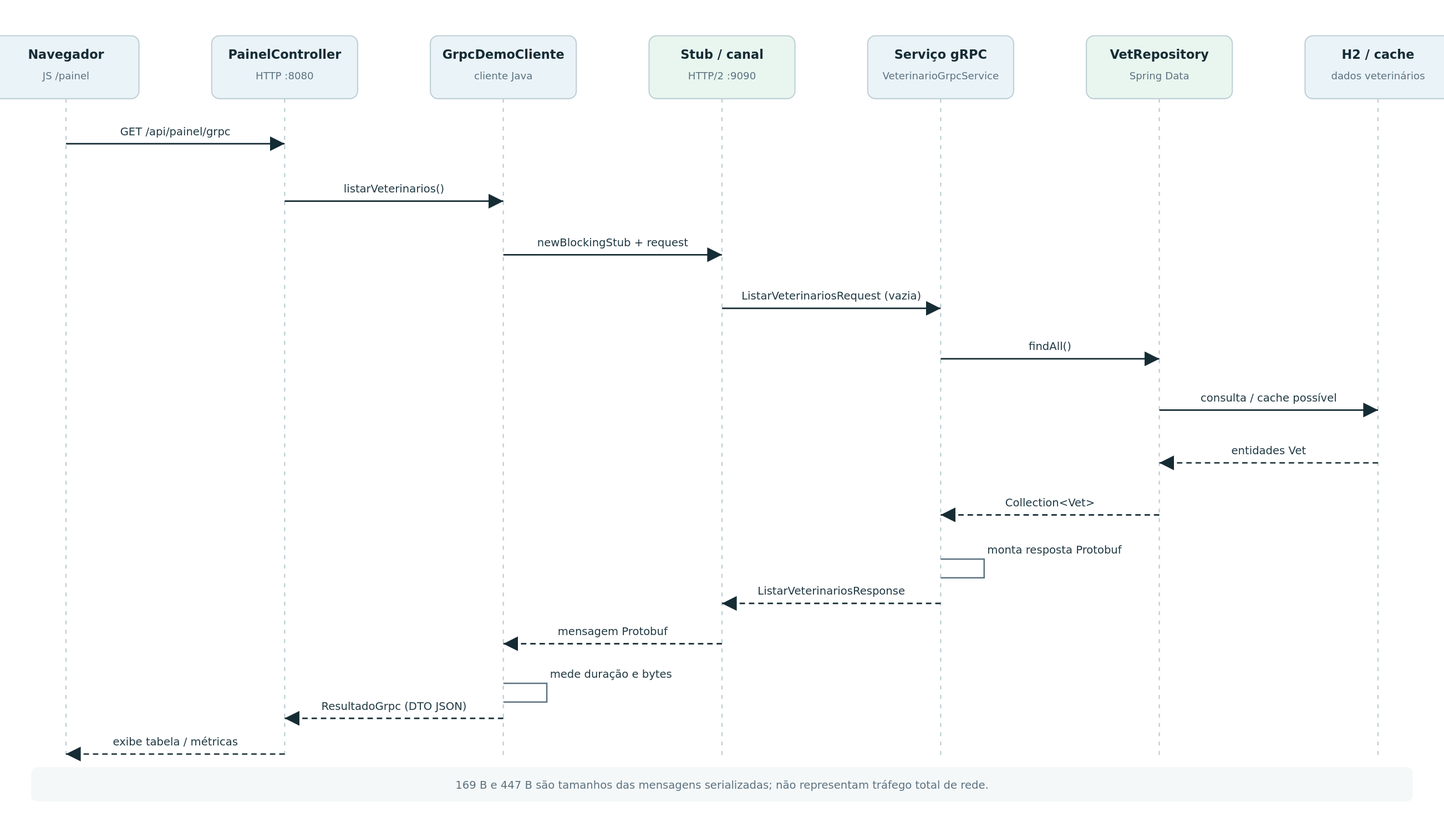
Before: docs/uml/svg/08_sequencia_grpc.svg, a diagram exported from PlantUML (GabrielKayran/spring-petclinic). Its source is kept beside it as docs/uml/puml/08_sequencia_grpc.puml. Its diagram source:
```plantuml
@startuml
skinparam backgroundColor white
skinparam shadowing false
actor "Usuário" as U
participant "Navegador /painel" as UI
participant "PainelController :8080" as Panel
participant "GrpcDemoCliente" as GClient
participant "Stub / Canal gRPC :9090" as Channel
participant "VeterinarioGrpcService" as GServer
participant "VetRepository" as Repo
database "H2 / cache" as H2
U -> UI : clica em ListarVeterinarios
UI -> Panel : GET /api/painel/grpc (HTTP)
Panel -> GClient : listarVeterinarios()
GClient -> Channel : newBlockingStub(...).listarVeterinarios()
Channel -> GServer : ListarVeterinariosRequest (HTTP/2, Protobuf)
GServer -> Repo : findAll()
Repo -> H2 : consulta (ou cache)
H2 --> Repo : veterinários
Repo --> GServer : Collection<Vet>
GServer -> GServer : converter Vet → Veterinario Protobuf
GServer --> Channel : ListarVeterinariosResponse
Channel --> GClient : mensagem Protobuf
GClient -> GClient : medir duração, bytes Protobuf/JSON
GClient --> Panel : ResultadoGrpc
Panel --> UI : JSON de apresentação
UI --> U : tabela e métricas
note bottom of GClient
  Comparação de payload em bytes.
  O navegador não invoca gRPC diretamente.
end note
@enduml
```
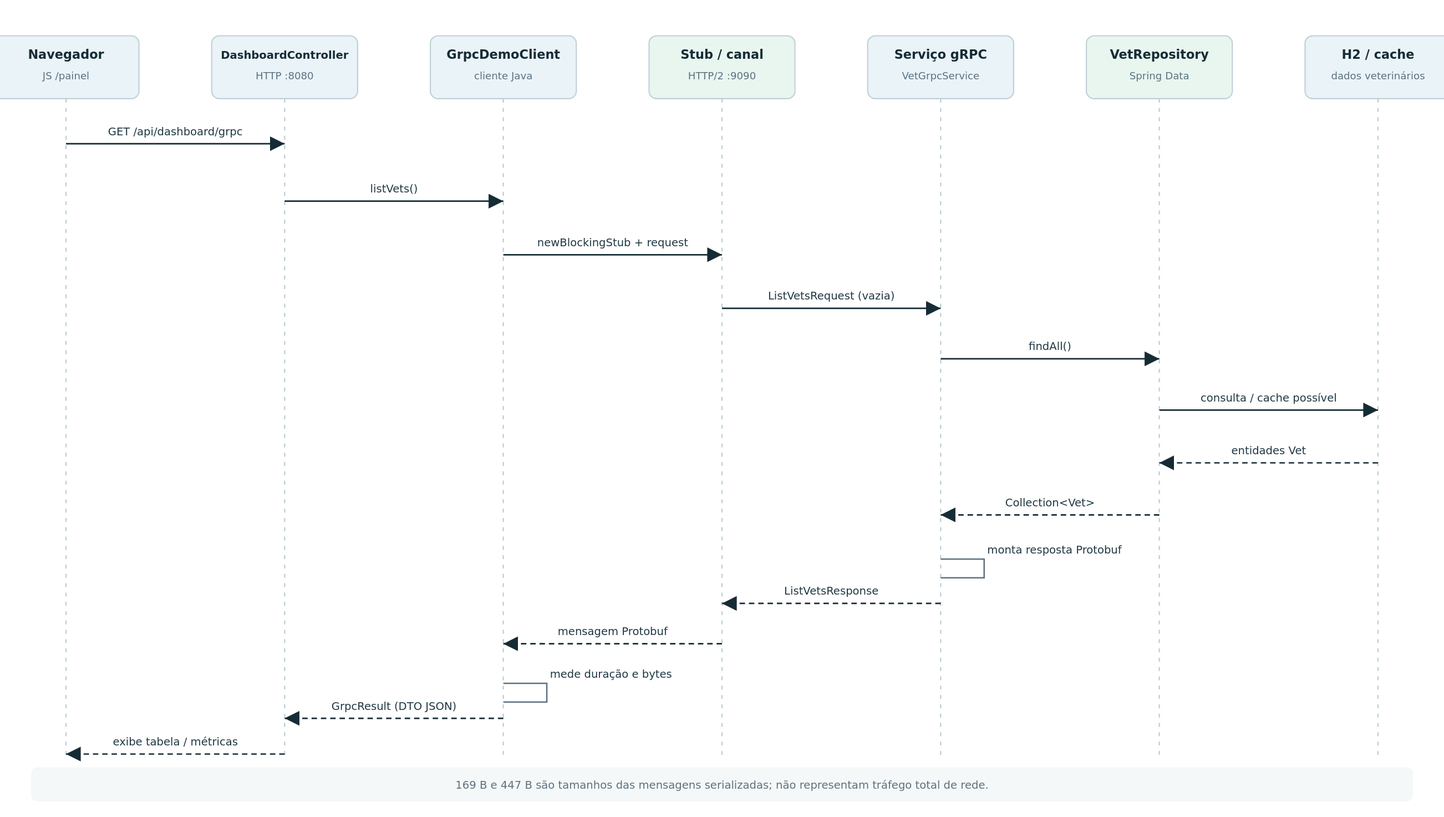
Later version of the same file.

What changed in the source:
```diff
@@ -3,26 +3,26 @@
 skinparam shadowing false
 actor "Usuário" as U
 participant "Navegador /painel" as UI
-participant "PainelController :8080" as Panel
-participant "GrpcDemoCliente" as GClient
+participant "DashboardController :8080" as Panel
+participant "GrpcDemoClient" as GClient
 participant "Stub / Canal gRPC :9090" as Channel
-participant "VeterinarioGrpcService" as GServer
+participant "VetGrpcService" as GServer
 participant "VetRepository" as Repo
 database "H2 / cache" as H2
-U -> UI : clica em ListarVeterinarios
-UI -> Panel : GET /api/painel/grpc (HTTP)
-Panel -> GClient : listarVeterinarios()
-GClient -> Channel : newBlockingStub(...).listarVeterinarios()
-Channel -> GServer : ListarVeterinariosRequest (HTTP/2, Protobuf)
+U -> UI : clica em ListVets
+UI -> Panel : GET /api/dashboard/grpc (HTTP)
+Panel -> GClient : listVets()
+GClient -> Channel : newBlockingStub(...).listVets()
+Channel -> GServer : ListVetsRequest (HTTP/2, Protobuf)
 GServer -> Repo : findAll()
 Repo -> H2 : consulta (ou cache)
 H2 --> Repo : veterinários
 Repo --> GServer : Collection<Vet>
-GServer -> GServer : converter Vet → Veterinario Protobuf
-GServer --> Channel : ListarVeterinariosResponse
+GServer -> GServer : converter Vet → VetInfo Protobuf
+GServer --> Channel : ListVetsResponse
 Channel --> GClient : mensagem Protobuf
 GClient -> GClient : medir duração, bytes Protobuf/JSON
-GClient --> Panel : ResultadoGrpc
+GClient --> Panel : GrpcResult
 Panel --> UI : JSON de apresentação
 UI --> U : tabela e métricas
 note bottom of GClient
```
